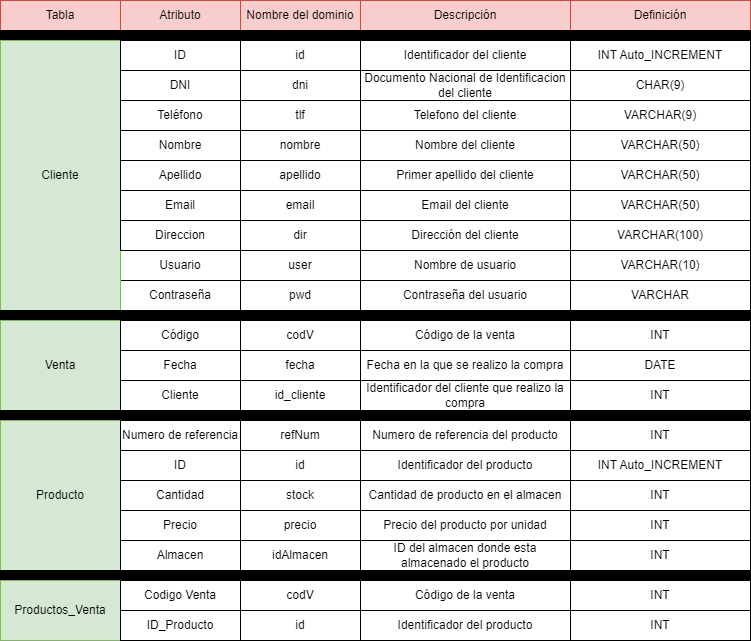
Earlier version of the draw.io export PFC/Documentación/Imagenes/Dominios.png (Xandre18/Proyectos). Source tidied: cells renumbered, new cells last; positions are measured from the earlier drawing's top-left corner, leaving out a move shared by most shapes. Its diagram source:
```xml
<mxGraphModel>
  <root>
    <mxCell id="0" />
    <mxCell id="1" parent="0" />
    <mxCell id="2" value="Tabla" style="rounded=0;whiteSpace=wrap;html=1;fillColor=#f8cecc;strokeColor=#b85450;" parent="1" vertex="1">
      <mxGeometry width="120" height="30" as="geometry" />
    </mxCell>
    <mxCell id="3" value="Atributo" style="rounded=0;whiteSpace=wrap;html=1;fillColor=#f8cecc;strokeColor=#b85450;" parent="1" vertex="1">
      <mxGeometry x="120" width="120" height="30" as="geometry" />
    </mxCell>
    <mxCell id="4" value="Nombre del dominio" style="rounded=0;whiteSpace=wrap;html=1;fillColor=#f8cecc;strokeColor=#b85450;" parent="1" vertex="1">
      <mxGeometry x="240" width="120" height="30" as="geometry" />
    </mxCell>
    <mxCell id="5" value="Descripción" style="rounded=0;whiteSpace=wrap;html=1;fillColor=#f8cecc;strokeColor=#b85450;" parent="1" vertex="1">
      <mxGeometry x="360" width="210" height="30" as="geometry" />
    </mxCell>
    <mxCell id="6" value="Definición" style="rounded=0;whiteSpace=wrap;html=1;fillColor=#f8cecc;strokeColor=#b85450;" parent="1" vertex="1">
      <mxGeometry x="570" width="180" height="30" as="geometry" />
    </mxCell>
    <mxCell id="7" value="Usuario" style="rounded=0;whiteSpace=wrap;html=1;" parent="1" vertex="1">
      <mxGeometry x="120" y="250" width="120" height="30" as="geometry" />
    </mxCell>
    <mxCell id="8" value="Contraseña" style="rounded=0;whiteSpace=wrap;html=1;" parent="1" vertex="1">
      <mxGeometry x="120" y="280" width="120" height="30" as="geometry" />
    </mxCell>
    <mxCell id="9" value="user" style="rounded=0;whiteSpace=wrap;html=1;" parent="1" vertex="1">
      <mxGeometry x="240" y="250" width="120" height="30" as="geometry" />
    </mxCell>
    <mxCell id="10" value="pwd" style="rounded=0;whiteSpace=wrap;html=1;" parent="1" vertex="1">
      <mxGeometry x="240" y="280" width="120" height="30" as="geometry" />
    </mxCell>
    <mxCell id="11" value="Nombre de usuario" style="rounded=0;whiteSpace=wrap;html=1;" parent="1" vertex="1">
      <mxGeometry x="360" y="250" width="210" height="30" as="geometry" />
    </mxCell>
    <mxCell id="12" value="Contraseña del usuario" style="rounded=0;whiteSpace=wrap;html=1;" parent="1" vertex="1">
      <mxGeometry x="360" y="280" width="210" height="30" as="geometry" />
    </mxCell>
    <mxCell id="13" value="VARCHAR(10)" style="rounded=0;whiteSpace=wrap;html=1;" parent="1" vertex="1">
      <mxGeometry x="570" y="250" width="180" height="30" as="geometry" />
    </mxCell>
    <mxCell id="14" value="VARCHAR" style="rounded=0;whiteSpace=wrap;html=1;" parent="1" vertex="1">
      <mxGeometry x="570" y="280" width="180" height="30" as="geometry" />
    </mxCell>
    <mxCell id="15" style="rounded=0;whiteSpace=wrap;html=1;fillColor=#000000;" parent="1" vertex="1">
      <mxGeometry y="30" width="750" height="10" as="geometry" />
    </mxCell>
    <mxCell id="16" value="Cliente" style="rounded=0;whiteSpace=wrap;html=1;fillColor=#d5e8d4;strokeColor=#82b366;" parent="1" vertex="1">
      <mxGeometry y="40" width="120" height="270" as="geometry" />
    </mxCell>
    <mxCell id="17" value="ID" style="rounded=0;whiteSpace=wrap;html=1;" parent="1" vertex="1">
      <mxGeometry x="120" y="40" width="120" height="30" as="geometry" />
    </mxCell>
    <mxCell id="18" value="id" style="rounded=0;whiteSpace=wrap;html=1;" parent="1" vertex="1">
      <mxGeometry x="240" y="40" width="120" height="30" as="geometry" />
    </mxCell>
    <mxCell id="19" value="DNI" style="rounded=0;whiteSpace=wrap;html=1;" parent="1" vertex="1">
      <mxGeometry x="120" y="70" width="120" height="30" as="geometry" />
    </mxCell>
    <mxCell id="20" value="dni" style="rounded=0;whiteSpace=wrap;html=1;" parent="1" vertex="1">
      <mxGeometry x="240" y="70" width="120" height="30" as="geometry" />
    </mxCell>
    <mxCell id="21" value="Teléfono" style="rounded=0;whiteSpace=wrap;html=1;" parent="1" vertex="1">
      <mxGeometry x="120" y="100" width="120" height="30" as="geometry" />
    </mxCell>
    <mxCell id="22" value="tlf" style="rounded=0;whiteSpace=wrap;html=1;" parent="1" vertex="1">
      <mxGeometry x="240" y="100" width="120" height="30" as="geometry" />
    </mxCell>
    <mxCell id="23" value="Nombre" style="rounded=0;whiteSpace=wrap;html=1;" parent="1" vertex="1">
      <mxGeometry x="120" y="130" width="120" height="30" as="geometry" />
    </mxCell>
    <mxCell id="24" value="nombre" style="rounded=0;whiteSpace=wrap;html=1;" parent="1" vertex="1">
      <mxGeometry x="240" y="130" width="120" height="30" as="geometry" />
    </mxCell>
    <mxCell id="25" value="Apellido" style="rounded=0;whiteSpace=wrap;html=1;" parent="1" vertex="1">
      <mxGeometry x="120" y="160" width="120" height="30" as="geometry" />
    </mxCell>
    <mxCell id="26" value="apellido" style="rounded=0;whiteSpace=wrap;html=1;" parent="1" vertex="1">
      <mxGeometry x="240" y="160" width="120" height="30" as="geometry" />
    </mxCell>
    <mxCell id="27" value="Email" style="rounded=0;whiteSpace=wrap;html=1;" parent="1" vertex="1">
      <mxGeometry x="120" y="190" width="120" height="30" as="geometry" />
    </mxCell>
    <mxCell id="28" value="email" style="rounded=0;whiteSpace=wrap;html=1;" parent="1" vertex="1">
      <mxGeometry x="240" y="190" width="120" height="30" as="geometry" />
    </mxCell>
    <mxCell id="29" value="Direccion" style="rounded=0;whiteSpace=wrap;html=1;" parent="1" vertex="1">
      <mxGeometry x="120" y="220" width="120" height="30" as="geometry" />
    </mxCell>
    <mxCell id="30" value="dir" style="rounded=0;whiteSpace=wrap;html=1;" parent="1" vertex="1">
      <mxGeometry x="240" y="220" width="120" height="30" as="geometry" />
    </mxCell>
    <mxCell id="31" value="Identificador del cliente" style="rounded=0;whiteSpace=wrap;html=1;" parent="1" vertex="1">
      <mxGeometry x="360" y="40" width="210" height="30" as="geometry" />
    </mxCell>
    <mxCell id="32" value="Documento Nacional de Identificacion del cliente" style="rounded=0;whiteSpace=wrap;html=1;" parent="1" vertex="1">
      <mxGeometry x="360" y="70" width="210" height="30" as="geometry" />
    </mxCell>
    <mxCell id="33" value="Telefono del cliente" style="rounded=0;whiteSpace=wrap;html=1;" parent="1" vertex="1">
      <mxGeometry x="360" y="100" width="210" height="30" as="geometry" />
    </mxCell>
    <mxCell id="34" value="Nombre del cliente" style="rounded=0;whiteSpace=wrap;html=1;" parent="1" vertex="1">
      <mxGeometry x="360" y="130" width="210" height="30" as="geometry" />
    </mxCell>
    <mxCell id="35" value="Primer apellido del cliente" style="rounded=0;whiteSpace=wrap;html=1;" parent="1" vertex="1">
      <mxGeometry x="360" y="160" width="210" height="30" as="geometry" />
    </mxCell>
    <mxCell id="36" value="Email del cliente" style="rounded=0;whiteSpace=wrap;html=1;" parent="1" vertex="1">
      <mxGeometry x="360" y="190" width="210" height="30" as="geometry" />
    </mxCell>
    <mxCell id="37" value="Dirección del cliente" style="rounded=0;whiteSpace=wrap;html=1;" parent="1" vertex="1">
      <mxGeometry x="360" y="220" width="210" height="30" as="geometry" />
    </mxCell>
    <mxCell id="38" value="INT Auto_INCREMENT" style="rounded=0;whiteSpace=wrap;html=1;" parent="1" vertex="1">
      <mxGeometry x="570" y="40" width="180" height="30" as="geometry" />
    </mxCell>
    <mxCell id="39" value="CHAR(9)" style="rounded=0;whiteSpace=wrap;html=1;" parent="1" vertex="1">
      <mxGeometry x="570" y="70" width="180" height="30" as="geometry" />
    </mxCell>
    <mxCell id="40" value="VARCHAR(9)" style="rounded=0;whiteSpace=wrap;html=1;" parent="1" vertex="1">
      <mxGeometry x="570" y="100" width="180" height="30" as="geometry" />
    </mxCell>
    <mxCell id="41" value="VARCHAR(50)" style="rounded=0;whiteSpace=wrap;html=1;" parent="1" vertex="1">
      <mxGeometry x="570" y="130" width="180" height="30" as="geometry" />
    </mxCell>
    <mxCell id="42" value="VARCHAR(50)" style="rounded=0;whiteSpace=wrap;html=1;" parent="1" vertex="1">
      <mxGeometry x="570" y="160" width="180" height="30" as="geometry" />
    </mxCell>
    <mxCell id="43" value="VARCHAR(50)" style="rounded=0;whiteSpace=wrap;html=1;" parent="1" vertex="1">
      <mxGeometry x="570" y="190" width="180" height="30" as="geometry" />
    </mxCell>
    <mxCell id="44" value="VARCHAR(100)" style="rounded=0;whiteSpace=wrap;html=1;" parent="1" vertex="1">
      <mxGeometry x="570" y="220" width="180" height="30" as="geometry" />
    </mxCell>
    <mxCell id="45" style="rounded=0;whiteSpace=wrap;html=1;fillColor=#000000;" parent="1" vertex="1">
      <mxGeometry y="310" width="750" height="10" as="geometry" />
    </mxCell>
    <mxCell id="46" value="Venta" style="rounded=0;whiteSpace=wrap;html=1;fillColor=#d5e8d4;strokeColor=#82b366;" parent="1" vertex="1">
      <mxGeometry y="320" width="120" height="90" as="geometry" />
    </mxCell>
    <mxCell id="47" value="Código" style="rounded=0;whiteSpace=wrap;html=1;" parent="1" vertex="1">
      <mxGeometry x="120" y="320" width="120" height="30" as="geometry" />
    </mxCell>
    <mxCell id="48" value="Fecha" style="rounded=0;whiteSpace=wrap;html=1;" parent="1" vertex="1">
      <mxGeometry x="120" y="350" width="120" height="30" as="geometry" />
    </mxCell>
    <mxCell id="49" value="Cliente" style="rounded=0;whiteSpace=wrap;html=1;" parent="1" vertex="1">
      <mxGeometry x="120" y="380" width="120" height="30" as="geometry" />
    </mxCell>
    <mxCell id="50" value="codV" style="rounded=0;whiteSpace=wrap;html=1;" parent="1" vertex="1">
      <mxGeometry x="240" y="320" width="120" height="30" as="geometry" />
    </mxCell>
    <mxCell id="51" value="fecha" style="rounded=0;whiteSpace=wrap;html=1;" parent="1" vertex="1">
      <mxGeometry x="240" y="350" width="120" height="30" as="geometry" />
    </mxCell>
    <mxCell id="52" value="id_cliente" style="rounded=0;whiteSpace=wrap;html=1;" parent="1" vertex="1">
      <mxGeometry x="240" y="380" width="120" height="30" as="geometry" />
    </mxCell>
    <mxCell id="53" value="Código de la venta" style="rounded=0;whiteSpace=wrap;html=1;" parent="1" vertex="1">
      <mxGeometry x="360" y="320" width="210" height="30" as="geometry" />
    </mxCell>
    <mxCell id="54" value="INT" style="rounded=0;whiteSpace=wrap;html=1;" parent="1" vertex="1">
      <mxGeometry x="570" y="320" width="180" height="30" as="geometry" />
    </mxCell>
    <mxCell id="55" value="Fecha en la que se realizo la compra" style="rounded=0;whiteSpace=wrap;html=1;" parent="1" vertex="1">
      <mxGeometry x="360" y="350" width="210" height="30" as="geometry" />
    </mxCell>
    <mxCell id="56" value="DATE" style="rounded=0;whiteSpace=wrap;html=1;" parent="1" vertex="1">
      <mxGeometry x="570" y="350" width="180" height="30" as="geometry" />
    </mxCell>
    <mxCell id="57" value="Identificador del cliente que realizo la compra" style="rounded=0;whiteSpace=wrap;html=1;" parent="1" vertex="1">
      <mxGeometry x="360" y="380" width="210" height="30" as="geometry" />
    </mxCell>
    <mxCell id="58" value="INT" style="rounded=0;whiteSpace=wrap;html=1;" parent="1" vertex="1">
      <mxGeometry x="570" y="380" width="180" height="30" as="geometry" />
    </mxCell>
    <mxCell id="59" style="rounded=0;whiteSpace=wrap;html=1;fillColor=#000000;" parent="1" vertex="1">
      <mxGeometry y="410" width="750" height="10" as="geometry" />
    </mxCell>
    <mxCell id="60" value="Producto" style="rounded=0;whiteSpace=wrap;html=1;fillColor=#d5e8d4;strokeColor=#82b366;" parent="1" vertex="1">
      <mxGeometry y="420" width="120" height="150" as="geometry" />
    </mxCell>
    <mxCell id="61" value="Numero de referencia" style="rounded=0;whiteSpace=wrap;html=1;" parent="1" vertex="1">
      <mxGeometry x="120" y="420" width="120" height="30" as="geometry" />
    </mxCell>
    <mxCell id="62" value="refNum" style="rounded=0;whiteSpace=wrap;html=1;" parent="1" vertex="1">
      <mxGeometry x="240" y="420" width="120" height="30" as="geometry" />
    </mxCell>
    <mxCell id="63" value="ID" style="rounded=0;whiteSpace=wrap;html=1;" parent="1" vertex="1">
      <mxGeometry x="120" y="450" width="120" height="30" as="geometry" />
    </mxCell>
    <mxCell id="64" value="id" style="rounded=0;whiteSpace=wrap;html=1;" parent="1" vertex="1">
      <mxGeometry x="240" y="450" width="120" height="30" as="geometry" />
    </mxCell>
    <mxCell id="65" value="Identificador del producto" style="rounded=0;whiteSpace=wrap;html=1;" parent="1" vertex="1">
      <mxGeometry x="360" y="450" width="210" height="30" as="geometry" />
    </mxCell>
    <mxCell id="66" value="INT Auto_INCREMENT" style="rounded=0;whiteSpace=wrap;html=1;" parent="1" vertex="1">
      <mxGeometry x="570" y="450" width="180" height="30" as="geometry" />
    </mxCell>
    <mxCell id="67" value="Numero de referencia del producto" style="rounded=0;whiteSpace=wrap;html=1;" parent="1" vertex="1">
      <mxGeometry x="360" y="420" width="210" height="30" as="geometry" />
    </mxCell>
    <mxCell id="68" value="INT" style="rounded=0;whiteSpace=wrap;html=1;" parent="1" vertex="1">
      <mxGeometry x="570" y="420" width="180" height="30" as="geometry" />
    </mxCell>
    <mxCell id="69" value="Cantidad" style="rounded=0;whiteSpace=wrap;html=1;" parent="1" vertex="1">
      <mxGeometry x="120" y="480" width="120" height="30" as="geometry" />
    </mxCell>
    <mxCell id="70" value="stock" style="rounded=0;whiteSpace=wrap;html=1;" parent="1" vertex="1">
      <mxGeometry x="240" y="480" width="120" height="30" as="geometry" />
    </mxCell>
    <mxCell id="71" value="Cantidad de producto en el almacen" style="rounded=0;whiteSpace=wrap;html=1;" parent="1" vertex="1">
      <mxGeometry x="360" y="480" width="210" height="30" as="geometry" />
    </mxCell>
    <mxCell id="72" value="INT" style="rounded=0;whiteSpace=wrap;html=1;" parent="1" vertex="1">
      <mxGeometry x="570" y="480" width="180" height="30" as="geometry" />
    </mxCell>
    <mxCell id="73" value="Precio" style="rounded=0;whiteSpace=wrap;html=1;" parent="1" vertex="1">
      <mxGeometry x="120" y="510" width="120" height="30" as="geometry" />
    </mxCell>
    <mxCell id="74" value="precio" style="rounded=0;whiteSpace=wrap;html=1;" parent="1" vertex="1">
      <mxGeometry x="240" y="510" width="120" height="30" as="geometry" />
    </mxCell>
    <mxCell id="75" value="Precio del producto por unidad" style="rounded=0;whiteSpace=wrap;html=1;" parent="1" vertex="1">
      <mxGeometry x="360" y="510" width="210" height="30" as="geometry" />
    </mxCell>
    <mxCell id="76" value="INT" style="rounded=0;whiteSpace=wrap;html=1;" parent="1" vertex="1">
      <mxGeometry x="570" y="510" width="180" height="30" as="geometry" />
    </mxCell>
    <mxCell id="77" value="Almacen" style="rounded=0;whiteSpace=wrap;html=1;" parent="1" vertex="1">
      <mxGeometry x="120" y="540" width="120" height="30" as="geometry" />
    </mxCell>
    <mxCell id="78" value="idAlmacen" style="rounded=0;whiteSpace=wrap;html=1;" parent="1" vertex="1">
      <mxGeometry x="240" y="540" width="120" height="30" as="geometry" />
    </mxCell>
    <mxCell id="79" value="ID del almacen donde esta almacenado el producto" style="rounded=0;whiteSpace=wrap;html=1;" parent="1" vertex="1">
      <mxGeometry x="360" y="540" width="210" height="30" as="geometry" />
    </mxCell>
    <mxCell id="80" value="INT" style="rounded=0;whiteSpace=wrap;html=1;" parent="1" vertex="1">
      <mxGeometry x="570" y="540" width="180" height="30" as="geometry" />
    </mxCell>
    <mxCell id="81" style="rounded=0;whiteSpace=wrap;html=1;fillColor=#000000;" parent="1" vertex="1">
      <mxGeometry y="570" width="750" height="10" as="geometry" />
    </mxCell>
    <mxCell id="82" value="Productos_Venta" style="rounded=0;whiteSpace=wrap;html=1;fillColor=#d5e8d4;strokeColor=#82b366;" parent="1" vertex="1">
      <mxGeometry y="580" width="120" height="60" as="geometry" />
    </mxCell>
    <mxCell id="83" value="Codigo Venta" style="rounded=0;whiteSpace=wrap;html=1;" parent="1" vertex="1">
      <mxGeometry x="120" y="580" width="120" height="30" as="geometry" />
    </mxCell>
    <mxCell id="84" value="codV" style="rounded=0;whiteSpace=wrap;html=1;" parent="1" vertex="1">
      <mxGeometry x="240" y="580" width="120" height="30" as="geometry" />
    </mxCell>
    <mxCell id="85" value="Código de la venta" style="rounded=0;whiteSpace=wrap;html=1;" parent="1" vertex="1">
      <mxGeometry x="360" y="580" width="210" height="30" as="geometry" />
    </mxCell>
    <mxCell id="86" value="INT" style="rounded=0;whiteSpace=wrap;html=1;" parent="1" vertex="1">
      <mxGeometry x="570" y="580" width="180" height="30" as="geometry" />
    </mxCell>
    <mxCell id="87" value="ID_Producto" style="rounded=0;whiteSpace=wrap;html=1;" parent="1" vertex="1">
      <mxGeometry x="120" y="610" width="120" height="30" as="geometry" />
    </mxCell>
    <mxCell id="88" value="id" style="rounded=0;whiteSpace=wrap;html=1;" parent="1" vertex="1">
      <mxGeometry x="240" y="610" width="120" height="30" as="geometry" />
    </mxCell>
    <mxCell id="89" value="Identificador del producto" style="rounded=0;whiteSpace=wrap;html=1;" parent="1" vertex="1">
      <mxGeometry x="360" y="610" width="210" height="30" as="geometry" />
    </mxCell>
    <mxCell id="90" value="INT" style="rounded=0;whiteSpace=wrap;html=1;" parent="1" vertex="1">
      <mxGeometry x="570" y="610" width="180" height="30" as="geometry" />
    </mxCell>
  </root>
</mxGraphModel>
```
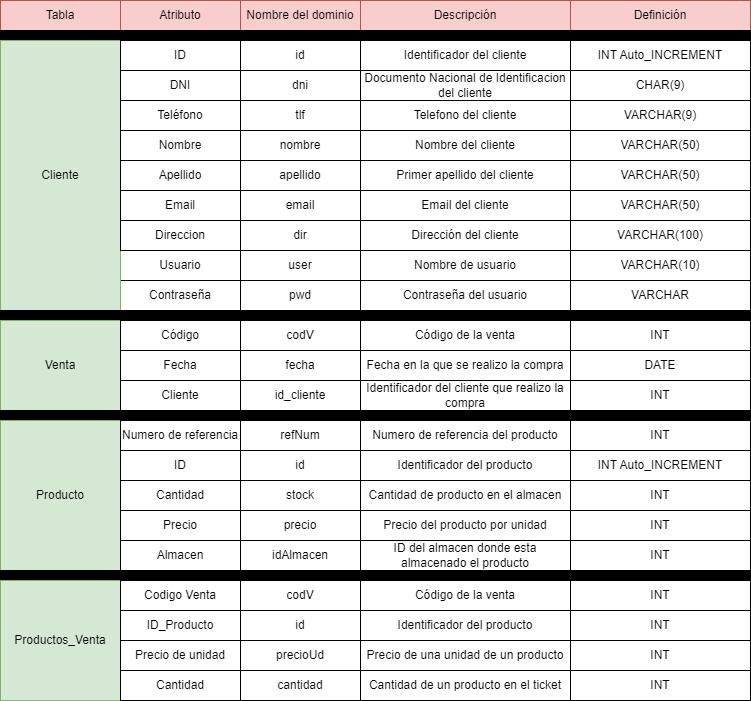
After the change.

Change to the diagram source:
```diff
@@ -243,7 +243,7 @@
       <mxGeometry y="570" width="750" height="10" as="geometry" />
     </mxCell>
     <mxCell id="82" value="Productos_Venta" style="rounded=0;whiteSpace=wrap;html=1;fillColor=#d5e8d4;strokeColor=#82b366;" parent="1" vertex="1">
-      <mxGeometry y="580" width="120" height="60" as="geometry" />
+      <mxGeometry y="580" width="120" height="120" as="geometry" />
     </mxCell>
     <mxCell id="83" value="Codigo Venta" style="rounded=0;whiteSpace=wrap;html=1;" parent="1" vertex="1">
       <mxGeometry x="120" y="580" width="120" height="30" as="geometry" />
@@ -269,5 +269,29 @@
     <mxCell id="90" value="INT" style="rounded=0;whiteSpace=wrap;html=1;" parent="1" vertex="1">
       <mxGeometry x="570" y="610" width="180" height="30" as="geometry" />
     </mxCell>
+    <mxCell id="91" value="Precio de unidad" style="rounded=0;whiteSpace=wrap;html=1;" parent="1" vertex="1">
+      <mxGeometry x="120" y="640" width="120" height="30" as="geometry" />
+    </mxCell>
+    <mxCell id="92" value="precioUd" style="rounded=0;whiteSpace=wrap;html=1;" parent="1" vertex="1">
+      <mxGeometry x="240" y="640" width="120" height="30" as="geometry" />
+    </mxCell>
+    <mxCell id="93" value="Precio de una unidad de un producto" style="rounded=0;whiteSpace=wrap;html=1;" parent="1" vertex="1">
+      <mxGeometry x="360" y="640" width="210" height="30" as="geometry" />
+    </mxCell>
+    <mxCell id="94" value="INT" style="rounded=0;whiteSpace=wrap;html=1;" parent="1" vertex="1">
+      <mxGeometry x="570" y="640" width="180" height="30" as="geometry" />
+    </mxCell>
+    <mxCell id="95" value="Cantidad" style="rounded=0;whiteSpace=wrap;html=1;" parent="1" vertex="1">
+      <mxGeometry x="120" y="670" width="120" height="30" as="geometry" />
+    </mxCell>
+    <mxCell id="96" value="cantidad" style="rounded=0;whiteSpace=wrap;html=1;" parent="1" vertex="1">
+      <mxGeometry x="240" y="670" width="120" height="30" as="geometry" />
+    </mxCell>
+    <mxCell id="97" value="Cantidad de un producto en el ticket" style="rounded=0;whiteSpace=wrap;html=1;" parent="1" vertex="1">
+      <mxGeometry x="360" y="670" width="210" height="30" as="geometry" />
+    </mxCell>
+    <mxCell id="98" value="INT" style="rounded=0;whiteSpace=wrap;html=1;" parent="1" vertex="1">
+      <mxGeometry x="570" y="670" width="180" height="30" as="geometry" />
+    </mxCell>
   </root>
 </mxGraphModel>
```
